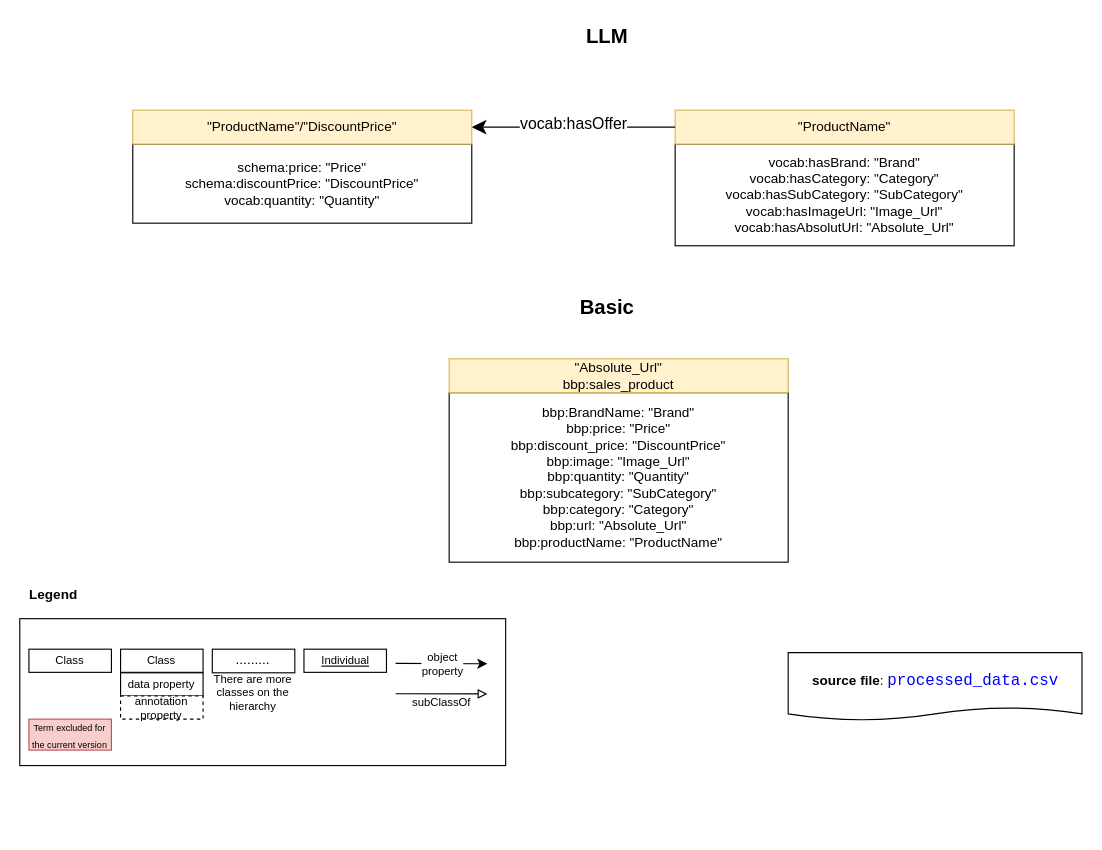
This is page "Basic-LLM" (10 of 11) of BigBasketProducts/Figures/bigBasketProducts.drawio from tecnomod-um/EvaluationGraphAlignmentMethods, a draw.io file, before an edit. Source tidied: cells renumbered, new cells numbered last; positions are measured from the earlier drawing's top-left corner, leaving out a move shared by most shapes. Both pictures are drawn from the tidied source at 113%, with x=0, y=0 at pixel (19, 19).
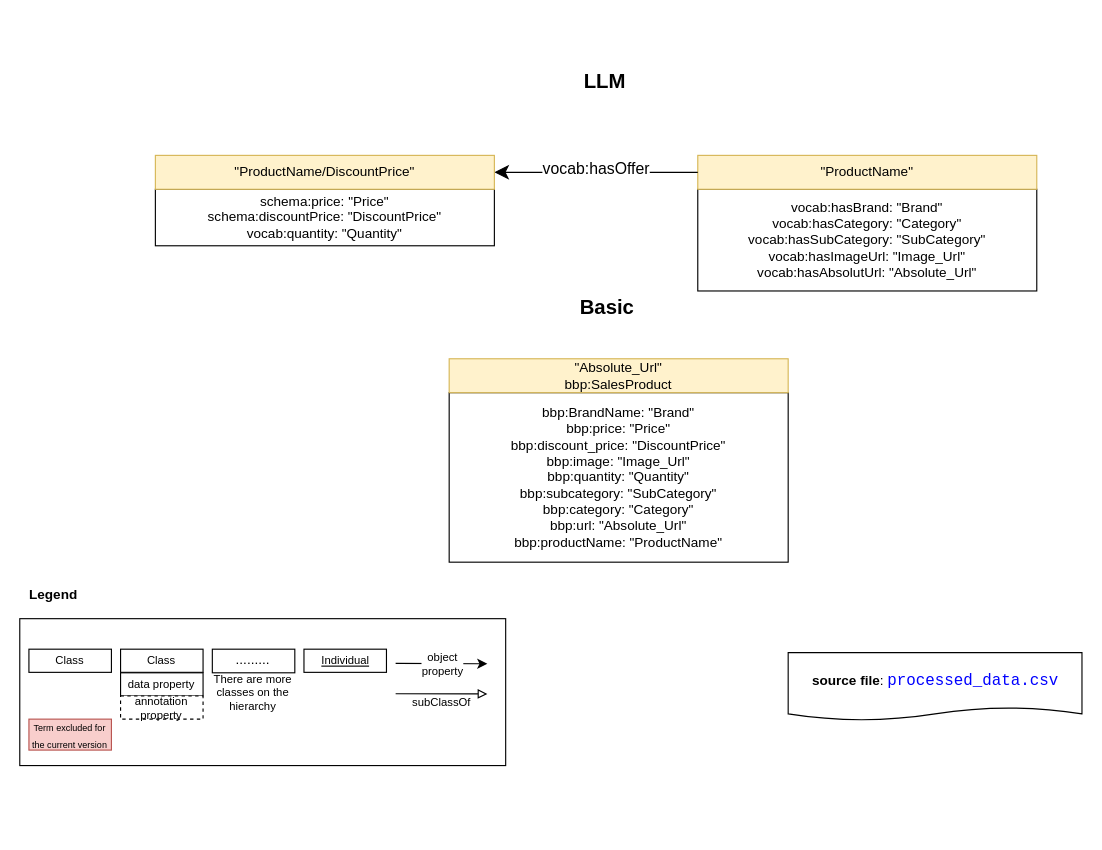
The same page after the edit.

Change to the diagram source:
```diff
@@
+    <mxCell id="24" value="&lt;b style=&quot;font-family: helvetica; text-align: left; background-color: initial;&quot;&gt;source file&lt;/b&gt;&lt;span style=&quot;font-family: helvetica; text-align: left; background-color: initial;&quot;&gt;: &lt;/span&gt;&lt;span style=&quot;color: rgb(0, 0, 255); background-color: rgb(255, 255, 255); font-family: Consolas, &amp;quot;Courier New&amp;quot;, monospace; font-size: 14px;&quot;&gt;processed_data.csv&lt;/span&gt;" style="shape=document;html=1;boundedLbl=1;rounded=0;sketch=0;flipH=0;flipV=0;labelPosition=center;verticalLabelPosition=middle;align=center;verticalAlign=middle;spacingLeft=0;size=0.19093851132686085;labelBackgroundColor=none;" parent="1" vertex="1">
+      <mxGeometry x="680" y="560" width="260" height="60" as="geometry" />
+    </mxCell>
+    <mxCell id="19" value="bbp:BrandName: &quot;Brand&quot;&lt;br&gt;bbp:price: &quot;Price&quot;&lt;br&gt;bbp:discount_price: &quot;DiscountPrice&quot;&lt;br&gt;bbp:image: &quot;Image_Url&quot;&lt;br&gt;bbp:quantity: &quot;Quantity&quot;&lt;br&gt;bbp:subcategory: &quot;SubCategory&quot;&lt;br&gt;bbp:category: &quot;Category&quot;&lt;br&gt;bbp:url: &quot;Absolute_Url&quot;&lt;br&gt;bbp:productName: &quot;ProductName&quot;" style="rounded=0;whiteSpace=wrap;html=1;" parent="1" vertex="1">
+      <mxGeometry x="380" y="330" width="300" height="150" as="geometry" />
+    </mxCell>
+    <mxCell id="25" value="&quot;Absolute_Url&quot;&lt;br&gt;bbp:SalesProduct" style="rounded=0;whiteSpace=wrap;html=1;labelBackgroundColor=none;fillColor=#fff2cc;strokeColor=#d6b656;noLabel=0;" parent="1" vertex="1">
+      <mxGeometry x="380" y="300" width="300" height="30" as="geometry" />
+    </mxCell>
+    <mxCell id="21" value="&lt;b&gt;&lt;font style=&quot;font-size: 18px;&quot;&gt;Basic&lt;/font&gt;&lt;/b&gt;" style="text;html=1;strokeColor=none;fillColor=none;align=center;verticalAlign=middle;whiteSpace=wrap;rounded=0;dashed=1;fontSize=14;" parent="1" vertex="1">
+      <mxGeometry x="490" y="240" width="60" height="30" as="geometry" />
+    </mxCell>
     <mxCell id="15" value="vocab:hasBrand: &quot;Brand&quot;&lt;br&gt;vocab:hasCategory: &quot;Category&quot;&lt;br&gt;vocab:hasSubCategory: &quot;SubCategory&quot;&lt;br&gt;vocab:hasImageUrl: &quot;Image_Url&quot;&lt;br&gt;vocab:hasAbsolutUrl: &quot;Absolute_Url&quot;" style="rounded=0;whiteSpace=wrap;html=1;" parent="1" vertex="1">
-      <mxGeometry x="580" y="110" width="300" height="90" as="geometry" />
+      <mxGeometry x="600" y="150" width="300" height="90" as="geometry" />
     </mxCell>
     <mxCell id="16" value="&quot;ProductName&quot;" style="rounded=0;whiteSpace=wrap;html=1;labelBackgroundColor=none;fillColor=#fff2cc;strokeColor=#d6b656;noLabel=0;" parent="1" vertex="1">
-      <mxGeometry x="580" y="80" width="300" height="30" as="geometry" />
+      <mxGeometry x="600" y="120" width="300" height="30" as="geometry" />
     </mxCell>
     <mxCell id="17" value="&lt;font style=&quot;font-size: 18px;&quot;&gt;&lt;b&gt;LLM&lt;/b&gt;&lt;/font&gt;" style="text;html=1;strokeColor=none;fillColor=none;align=center;verticalAlign=middle;whiteSpace=wrap;rounded=0;dashed=1;fontSize=14;" parent="1" vertex="1">
-      <mxGeometry x="490" width="60" height="30" as="geometry" />
+      <mxGeometry x="487.9" y="40" width="60" height="30" as="geometry" />
     </mxCell>
-    <mxCell id="18" value="vocab:hasOffer" style="endArrow=classic;html=1;rounded=0;fontSize=14;exitX=0;exitY=0.5;exitDx=0;exitDy=0;endSize=10;" parent="1" edge="1" source="16" target="23">
+    <mxCell id="18" value="vocab:hasOffer" style="endArrow=classic;html=1;rounded=0;fontSize=14;exitX=0;exitY=0.5;exitDx=0;exitDy=0;endSize=10;" parent="1" edge="1" source="16" target="26">
       <mxGeometry y="-2" relative="1" as="geometry">
         <mxPoint y="-1" as="offset" />
       </mxGeometry>
     </mxCell>
-    <mxCell id="19" value="bbp:BrandName: &quot;Brand&quot;&lt;br&gt;bbp:price: &quot;Price&quot;&lt;br&gt;bbp:discount_price: &quot;DiscountPrice&quot;&lt;br&gt;bbp:image: &quot;Image_Url&quot;&lt;br&gt;bbp:quantity: &quot;Quantity&quot;&lt;br&gt;bbp:subcategory: &quot;SubCategory&quot;&lt;br&gt;bbp:category: &quot;Category&quot;&lt;br&gt;bbp:url: &quot;Absolute_Url&quot;&lt;br&gt;bbp:productName: &quot;ProductName&quot;" style="rounded=0;whiteSpace=wrap;html=1;" parent="1" vertex="1">
-      <mxGeometry x="380" y="330" width="300" height="150" as="geometry" />
-    </mxCell>
-    <mxCell id="20" value="&quot;Absolute_Url&quot;&lt;br&gt;bbp:sales_product" style="rounded=0;whiteSpace=wrap;html=1;labelBackgroundColor=none;fillColor=#fff2cc;strokeColor=#d6b656;noLabel=0;" parent="1" vertex="1">
-      <mxGeometry x="380" y="300" width="300" height="30" as="geometry" />
-    </mxCell>
-    <mxCell id="21" value="&lt;b&gt;&lt;font style=&quot;font-size: 18px;&quot;&gt;Basic&lt;/font&gt;&lt;/b&gt;" style="text;html=1;strokeColor=none;fillColor=none;align=center;verticalAlign=middle;whiteSpace=wrap;rounded=0;dashed=1;fontSize=14;" parent="1" vertex="1">
-      <mxGeometry x="490" y="240" width="60" height="30" as="geometry" />
-    </mxCell>
     <mxCell id="22" value="schema:price: &quot;Price&quot;&lt;br&gt;schema:discountPrice: &quot;DiscountPrice&quot;&lt;br&gt;vocab:quantity: &quot;Quantity&quot;" style="rounded=0;whiteSpace=wrap;html=1;" parent="1" vertex="1">
-      <mxGeometry x="100" y="110" width="300" height="70" as="geometry" />
+      <mxGeometry x="120" y="150" width="300" height="50" as="geometry" />
     </mxCell>
-    <mxCell id="23" value="&quot;ProductName&quot;/&quot;DiscountPrice&quot;" style="rounded=0;whiteSpace=wrap;html=1;labelBackgroundColor=none;fillColor=#fff2cc;strokeColor=#d6b656;noLabel=0;" parent="1" vertex="1">
-      <mxGeometry x="100" y="80" width="300" height="30" as="geometry" />
-    </mxCell>
-    <mxCell id="24" value="&lt;b style=&quot;font-family: helvetica; text-align: left; background-color: initial;&quot;&gt;source file&lt;/b&gt;&lt;span style=&quot;font-family: helvetica; text-align: left; background-color: initial;&quot;&gt;: &lt;/span&gt;&lt;span style=&quot;color: rgb(0, 0, 255); background-color: rgb(255, 255, 255); font-family: Consolas, &amp;quot;Courier New&amp;quot;, monospace; font-size: 14px;&quot;&gt;processed_data.csv&lt;/span&gt;" style="shape=document;html=1;boundedLbl=1;rounded=0;sketch=0;flipH=0;flipV=0;labelPosition=center;verticalLabelPosition=middle;align=center;verticalAlign=middle;spacingLeft=0;size=0.19093851132686085;labelBackgroundColor=none;" parent="1" vertex="1">
-      <mxGeometry x="680" y="560" width="260" height="60" as="geometry" />
-    </mxCell>
+    <mxCell id="26" value="&quot;ProductName/DiscountPrice&quot;" style="rounded=0;whiteSpace=wrap;html=1;labelBackgroundColor=none;fillColor=#fff2cc;strokeColor=#d6b656;noLabel=0;" parent="1" vertex="1">
+      <mxGeometry x="120" y="120" width="300" height="30" as="geometry" />
+    </mxCell>
```
